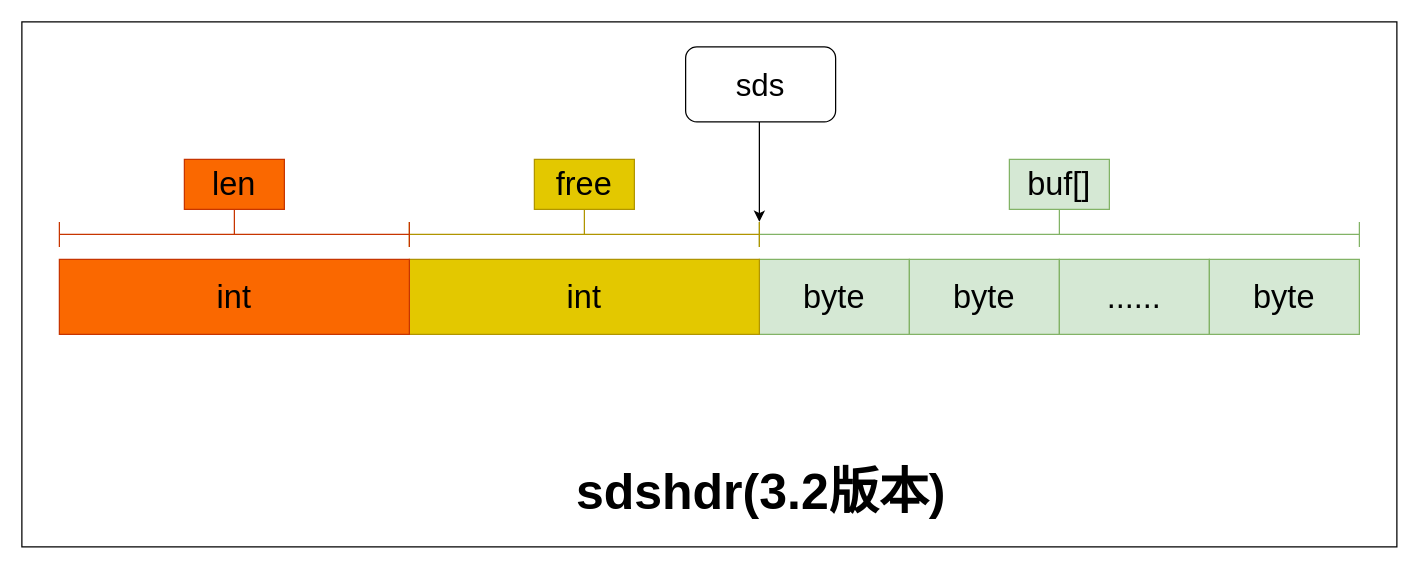
smilerfu/MarkDown keeps this draw.io diagram as page "sdshdr" (1 of 6) of Redis/diagrams/string.drawio. Above is the earlier version. Source tidied: cells renumbered, new cells numbered last; positions are measured from the earlier drawing's top-left corner, leaving out a move shared by most shapes. Both pictures are drawn from the tidied source at 125%, with x=0, y=0 at pixel (21, 21).
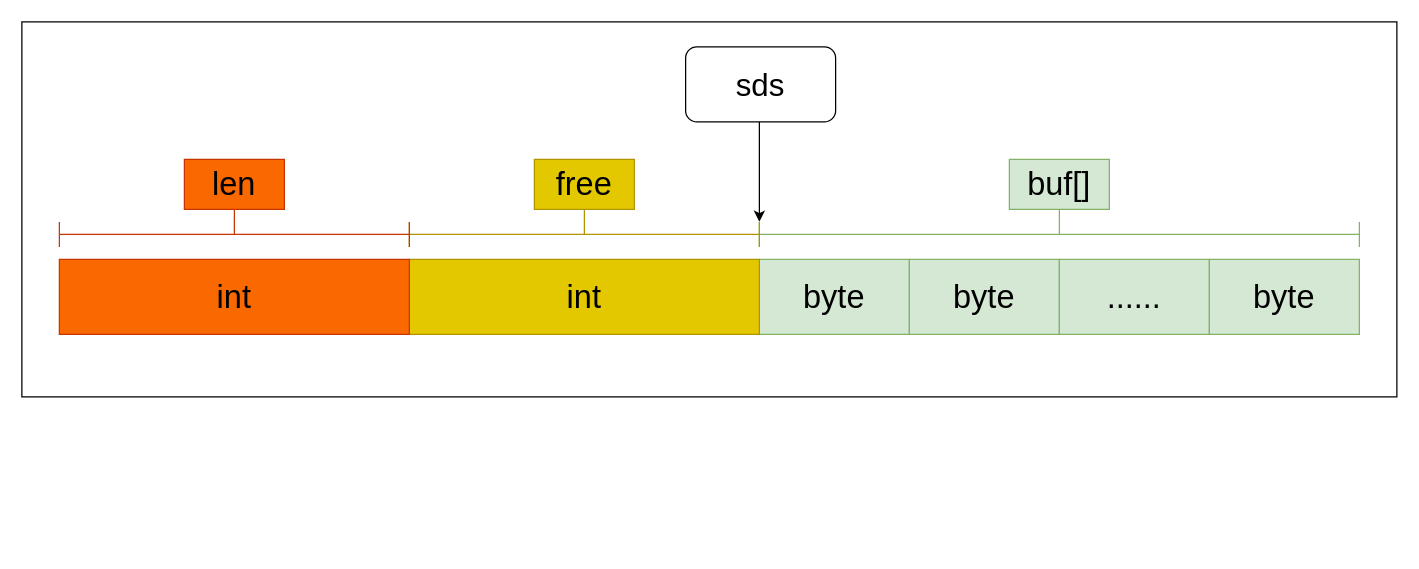
The same diagram, later.

Diff of the diagram source:
```diff
@@
     <mxCell id="2" style="rounded=0;whiteSpace=wrap;html=1;" parent="1" vertex="1">
-      <mxGeometry width="1100" height="420" as="geometry" />
+      <mxGeometry width="1100" height="300" as="geometry" />
     </mxCell>
@@
-    <mxCell id="13" value="sdshdr(3.2版本)" style="text;html=1;align=center;verticalAlign=middle;strokeColor=none;fontSize=40;fontStyle=1;" parent="1" vertex="1">
-      <mxGeometry x="436" y="350" width="310" height="50" as="geometry" />
-    </mxCell>
```
